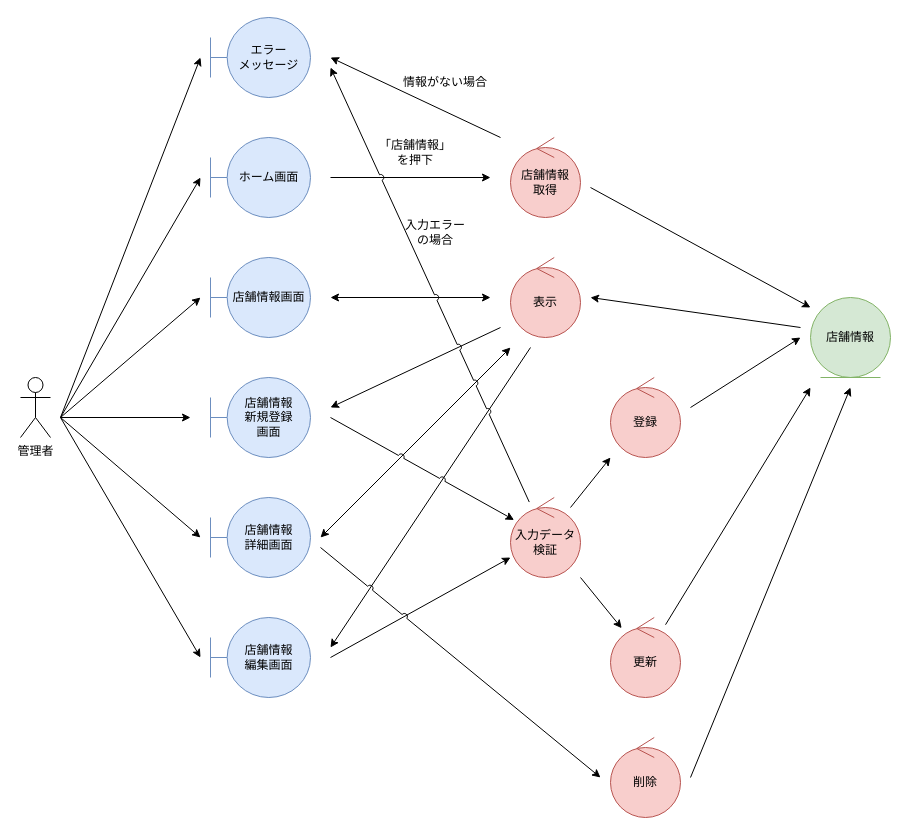
This is page "店舗情報管理" (2 of 9) of 各種設計書/3ロバストネス図/人事管理/従業員情報管理.drawio from HaruShim/Sotuken, a draw.io file, before an edit. Source tidied: cells renumbered, new cells numbered last; positions are measured from the earlier drawing's top-left corner, leaving out a move shared by most shapes. Both pictures are drawn from the tidied source at 100%, with x=0, y=0 at pixel (20, 17).
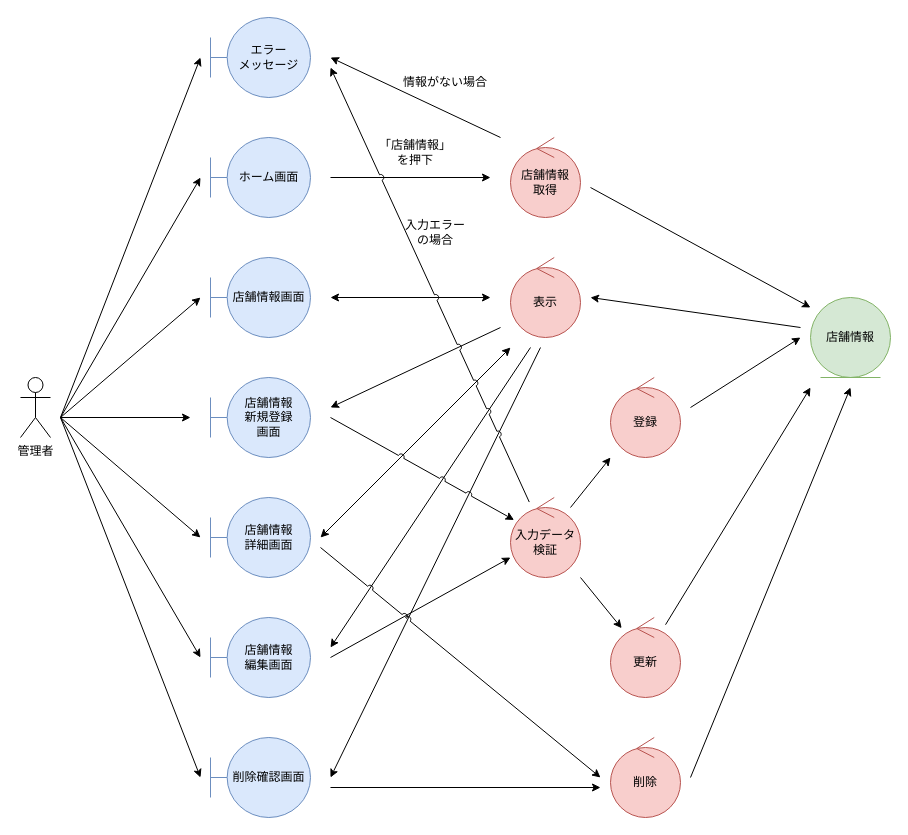
After the change.

What changed in the source:
```diff
@@
+    <mxCell id="42" style="endArrow=classic;html=1;rounded=0;jumpStyle=none;" parent="1" edge="1">
+      <mxGeometry relative="1" as="geometry">
+        <mxPoint x="520" y="330" as="sourcePoint" />
+        <mxPoint x="310" y="760" as="targetPoint" />
+      </mxGeometry>
+    </mxCell>
@@
+    <mxCell id="43" value="削除確認画面" style="shape=umlBoundary;whiteSpace=wrap;html=1;fillColor=#dae8fc;strokeColor=#6c8ebf;" parent="1" vertex="1">
+      <mxGeometry x="190" y="720" width="100" height="80" as="geometry" />
+    </mxCell>
+    <mxCell id="44" style="endArrow=classic;html=1;rounded=0;" parent="1" edge="1">
+      <mxGeometry relative="1" as="geometry">
+        <mxPoint x="40" y="400" as="sourcePoint" />
+        <mxPoint x="180" y="760" as="targetPoint" />
+      </mxGeometry>
+    </mxCell>
+    <mxCell id="45" style="endArrow=classic;html=1;rounded=0;jumpStyle=none;" parent="1" edge="1">
+      <mxGeometry relative="1" as="geometry">
+        <mxPoint x="310" y="770" as="sourcePoint" />
+        <mxPoint x="580" y="770" as="targetPoint" />
+      </mxGeometry>
+    </mxCell>
```
